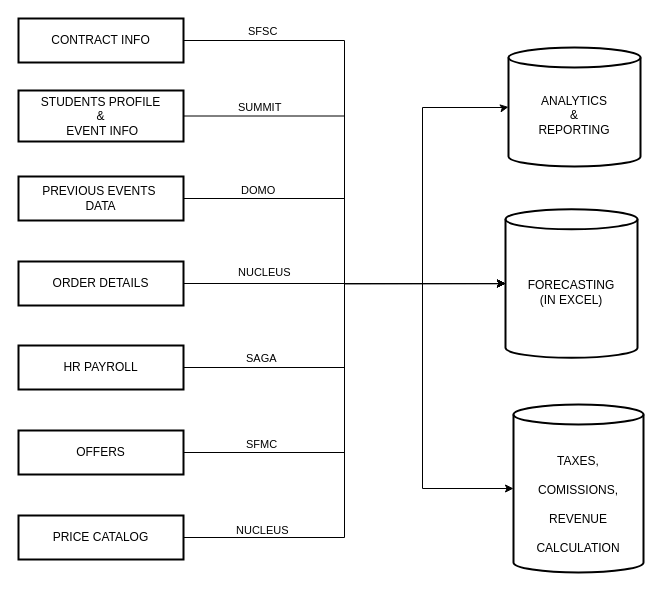
Above: page "Finiancials" (6 of 13) of 11.drawio in ai-next-zen/diagrams (draw.io), before the change. Source tidied: cells renumbered, new cells numbered last; positions are measured from the earlier drawing's top-left corner, leaving out a move shared by most shapes. Both pictures are drawn from the tidied source at 100%, with x=0, y=0 at pixel (18, 18).
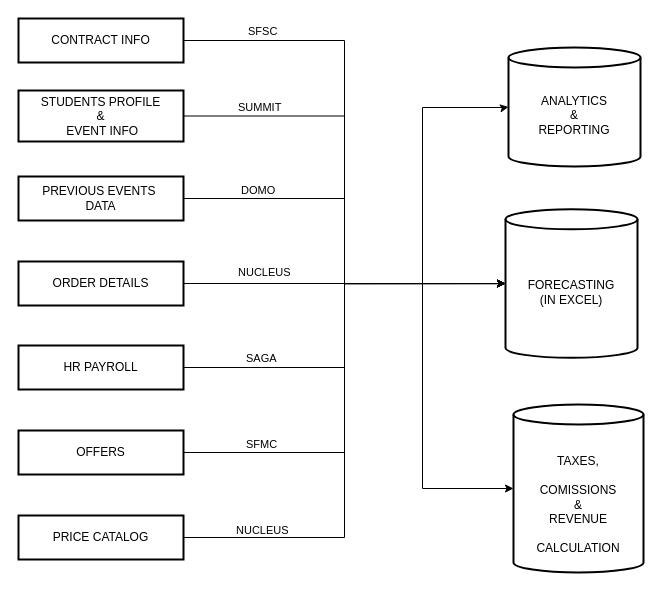
After the change.

Diff of the diagram source:
```diff
@@
-    <mxCell id="26" value="&#10;TAXES,&#10;&#10;COMISSIONS,&#10;&#10;REVENUE&#10;&#10;CALCULATION" style="shape=cylinder3;boundedLbl=1;backgroundOutline=1;size=10;strokeWidth=2;whiteSpace=wrap;" parent="1" vertex="1">
+    <mxCell id="26" value="&#10;TAXES,&#10;&#10;COMISSIONS&#10;&amp;&#10;REVENUE&#10;&#10;CALCULATION" style="shape=cylinder3;boundedLbl=1;backgroundOutline=1;size=10;strokeWidth=2;whiteSpace=wrap;" parent="1" vertex="1">
       <mxGeometry x="495" y="386" width="130" height="168" as="geometry" />
     </mxCell>
```
